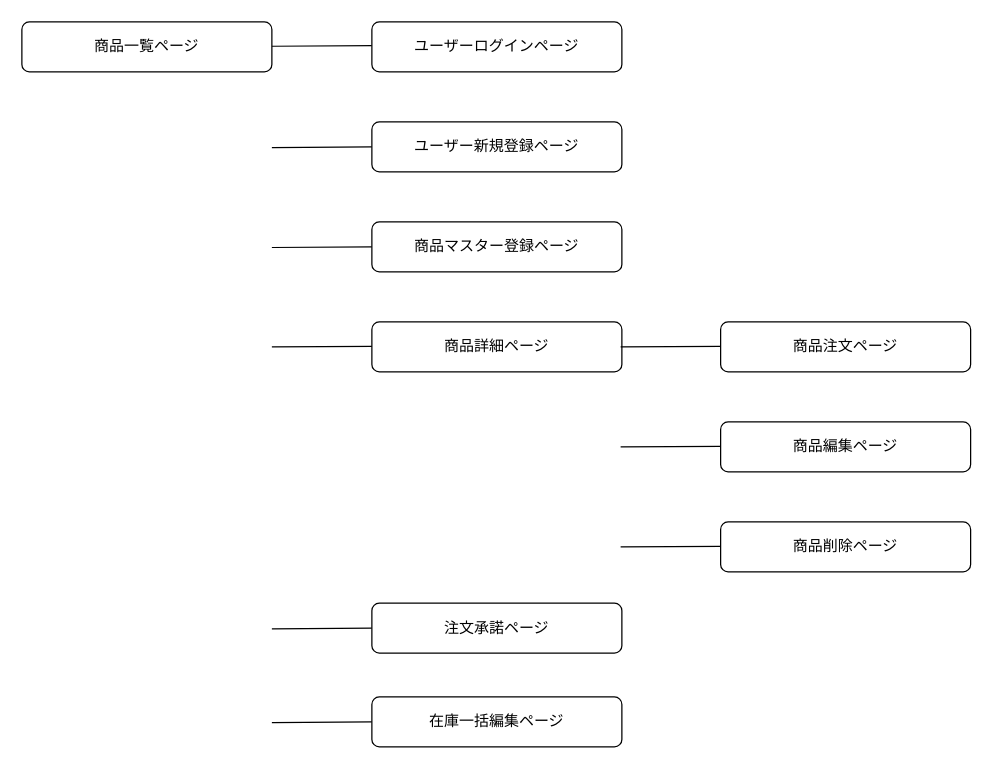
The draw.io diagram nanaeats画面遷移図.dio in takonushi/nanaeats, before the edit. Source tidied: cells renumbered, new cells numbered last; positions are measured from the earlier drawing's top-left corner, leaving out a move shared by most shapes. Both pictures are drawn from the tidied source at 125%, with x=0, y=0 at pixel (21, 21).
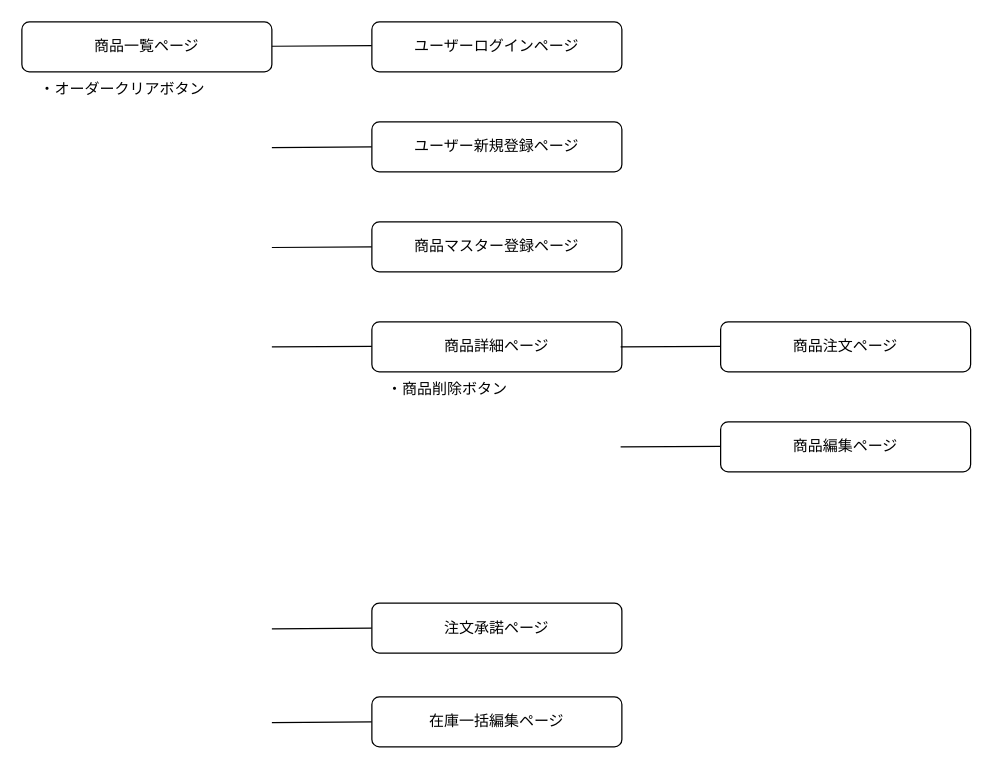
Above is the later version.

Commit message:
画面遷移図修正

What changed in the source:
```diff
@@
-    <mxCell id="17" value="商品削除ページ" style="rounded=1;whiteSpace=wrap;html=1;" parent="1" vertex="1">
-      <mxGeometry x="559" y="400" width="200" height="40" as="geometry" />
-    </mxCell>
-    <mxCell id="18" style="endArrow=none;html=1;" parent="1" edge="1">
-      <mxGeometry relative="1" as="geometry">
-        <mxPoint x="479" y="420" as="sourcePoint" />
-        <mxPoint x="559" y="419.5" as="targetPoint" />
-      </mxGeometry>
-    </mxCell>
@@
+    <mxCell id="21" value="&lt;span style=&quot;font-weight: normal&quot;&gt;&lt;font style=&quot;font-size: 12px&quot;&gt;・商品削除ボタン&lt;/font&gt;&lt;/span&gt;" style="text;strokeColor=none;fillColor=none;html=1;fontSize=24;fontStyle=1;verticalAlign=middle;align=center;" parent="1" vertex="1">
+      <mxGeometry x="290" y="270" width="100" height="40" as="geometry" />
+    </mxCell>
+    <mxCell id="22" value="&lt;span style=&quot;font-weight: normal&quot;&gt;&lt;font style=&quot;font-size: 12px&quot;&gt;・オーダークリアボタン&lt;/font&gt;&lt;/span&gt;" style="text;strokeColor=none;fillColor=none;html=1;fontSize=24;fontStyle=1;verticalAlign=middle;align=center;" parent="1" vertex="1">
+      <mxGeometry x="30" y="30" width="100" height="40" as="geometry" />
+    </mxCell>
```
